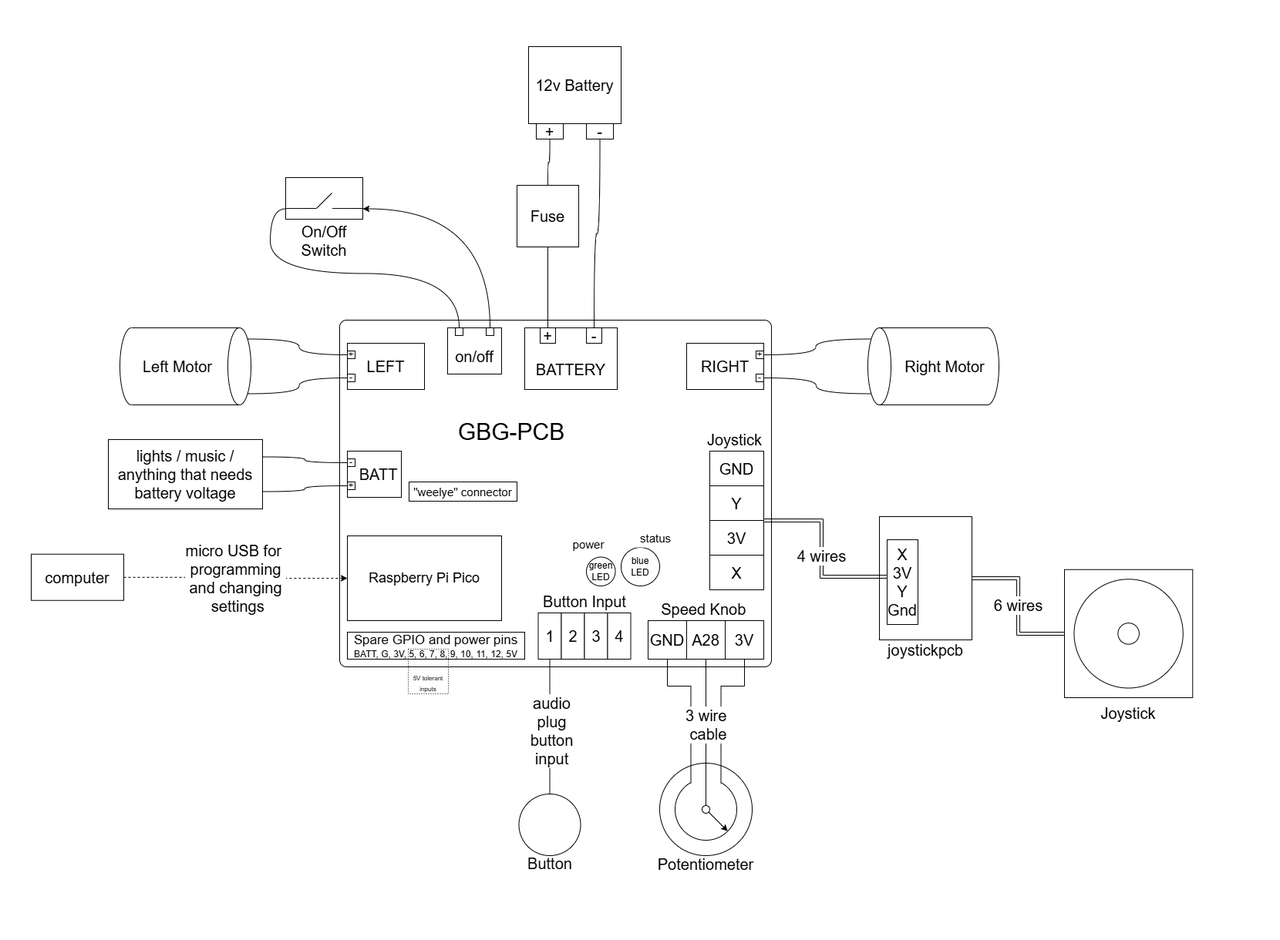
Earlier version of the draw.io export docs/instructions/diagrams/circuit_diagram.drawio.png (gobabygocarswithjoysticks/gbg-pcb). Source tidied: cells renumbered, new cells last; positions are measured from the earlier drawing's top-left corner, leaving out a move shared by most shapes.
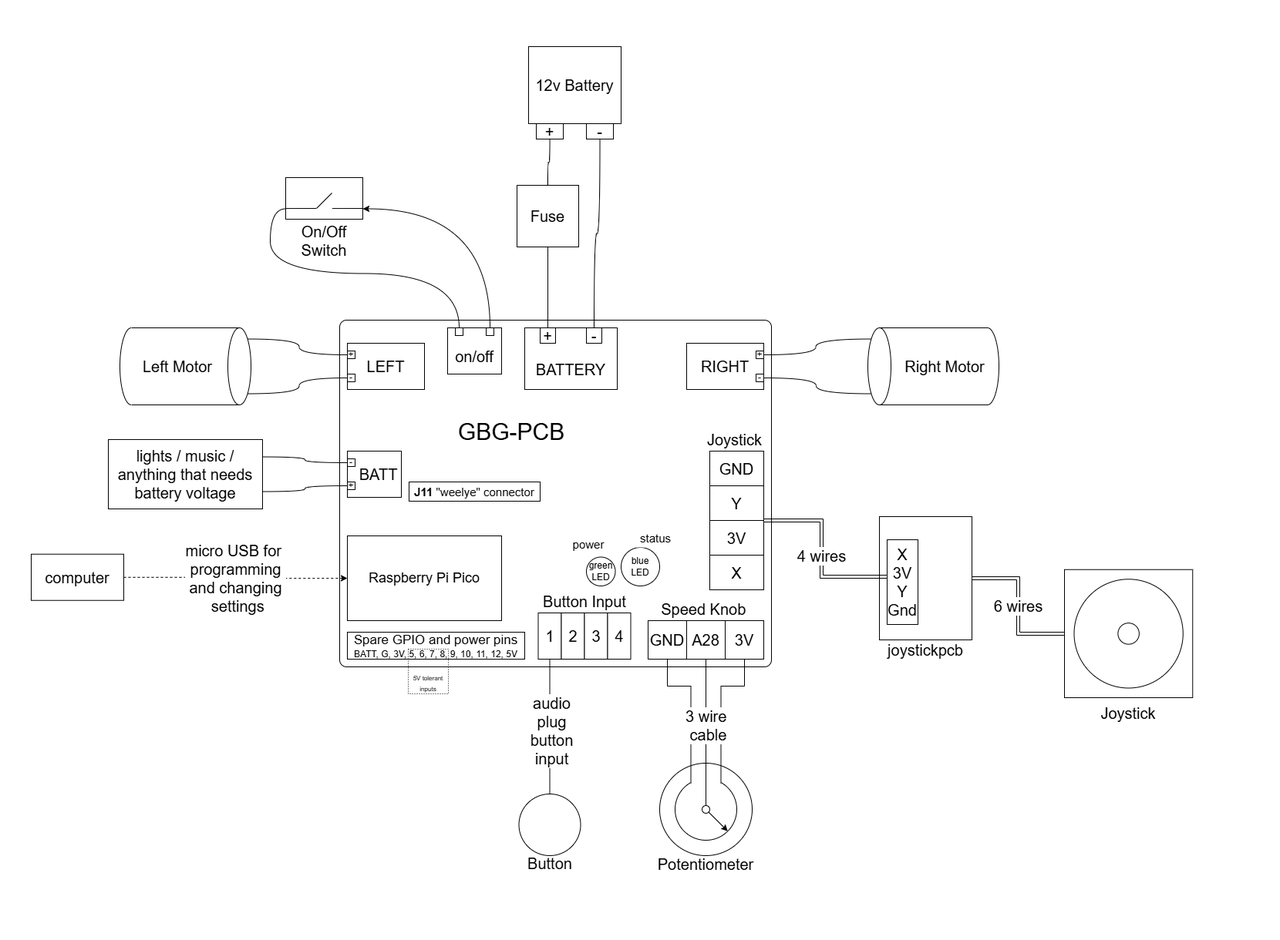
After the commit.

Change to the diagram source:
```diff
@@ -283,8 +283,8 @@
     <mxCell id="85" value="&lt;font style=&quot;font-size: 20px;&quot;&gt;Joystick&lt;/font&gt;" style="rounded=0;whiteSpace=wrap;html=1;strokeColor=none;fillColor=none;" parent="1" vertex="1">
       <mxGeometry x="910" y="555" width="85" height="30" as="geometry" />
     </mxCell>
-    <mxCell id="86" value="&lt;font style=&quot;font-size: 15px;&quot;&gt;&quot;weelye&quot; connector&lt;/font&gt;" style="rounded=0;whiteSpace=wrap;html=1;" parent="1" vertex="1">
-      <mxGeometry x="530" y="625" width="140" height="25" as="geometry" />
+    <mxCell id="86" value="&lt;font style=&quot;font-size: 15px;&quot;&gt;&lt;b&gt;J11&lt;/b&gt; &quot;weelye&quot; connector&lt;/font&gt;" style="rounded=0;whiteSpace=wrap;html=1;" parent="1" vertex="1">
+      <mxGeometry x="530" y="625" width="170" height="25" as="geometry" />
     </mxCell>
     <mxCell id="87" value="&lt;br&gt;&lt;font style=&quot;forced-color-adjust: none; color: rgb(0, 0, 0); font-family: Helvetica; font-style: normal; font-variant-ligatures: normal; font-variant-caps: normal; font-weight: 400; letter-spacing: normal; orphans: 2; text-align: center; text-indent: 0px; text-transform: none; widows: 2; word-spacing: 0px; -webkit-text-stroke-width: 0px; white-space: normal; text-decoration-thickness: initial; text-decoration-style: initial; text-decoration-color: initial; font-size: 30px; background-color: light-dark(#ffffff, var(--ge-dark-color, #121212));&quot;&gt;GBG-PCB&lt;br&gt;&lt;/font&gt;&lt;div&gt;&lt;br&gt;&lt;/div&gt;" style="rounded=0;whiteSpace=wrap;html=1;strokeColor=none;fillColor=none;" parent="1" vertex="1">
       <mxGeometry x="572.5" y="535" width="180" height="50" as="geometry" />
```
